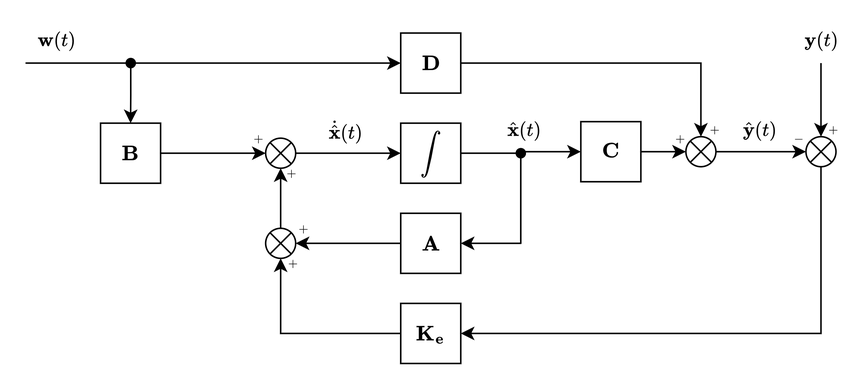
The draw.io diagram images/general_observer_diagram.png in souzathg/modal-structural-health-monitoring, before a commit. Source tidied: cells renumbered, new cells last; positions are measured from the earlier drawing's top-left corner, leaving out a move shared by most shapes.
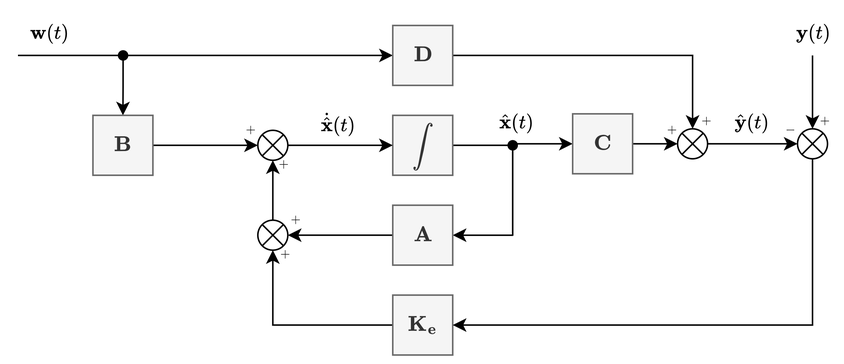
After the commit.

Commit message:
feat: add damage diagram and update general observer diagram

Diff of the diagram source:
```diff
@@ -10,13 +10,13 @@
         <mxPoint x="70.1" y="25" as="sourcePoint" />
       </mxGeometry>
     </mxCell>
-    <mxCell id="4" value="$$ \mathbf{B} $$" style="whiteSpace=wrap;html=1;" parent="1" vertex="1">
+    <mxCell id="4" value="$$ \mathbf{B} $$" style="whiteSpace=wrap;html=1;fillColor=#f5f5f5;fontColor=#333333;strokeColor=#666666;" parent="1" vertex="1">
       <mxGeometry x="50" y="65" width="40" height="40" as="geometry" />
     </mxCell>
     <mxCell id="5" style="edgeStyle=orthogonalEdgeStyle;rounded=0;jettySize=auto;html=1;entryX=0;entryY=0.5;entryDx=0;entryDy=0;" parent="1" edge="1" source="6" target="12">
       <mxGeometry relative="1" as="geometry" />
     </mxCell>
-    <mxCell id="6" value="$$ \int $$" style="whiteSpace=wrap;html=1;" parent="1" vertex="1">
+    <mxCell id="6" value="$$ \int $$" style="whiteSpace=wrap;html=1;fillColor=#f5f5f5;fontColor=#333333;strokeColor=#666666;" parent="1" vertex="1">
       <mxGeometry x="250" y="65" width="40" height="40" as="geometry" />
     </mxCell>
     <mxCell id="7" style="edgeStyle=orthogonalEdgeStyle;rounded=0;jettySize=auto;html=1;entryX=0;entryY=0.5;entryDx=0;entryDy=0;" parent="1" edge="1" source="8" target="6">
@@ -34,7 +34,7 @@
     <mxCell id="11" style="edgeStyle=orthogonalEdgeStyle;rounded=0;jettySize=auto;html=1;entryX=0;entryY=0.5;entryDx=0;entryDy=0;" parent="1" edge="1" source="12" target="29">
       <mxGeometry relative="1" as="geometry" />
     </mxCell>
-    <mxCell id="12" value="$$ \mathbf{C} $$" style="whiteSpace=wrap;html=1;" parent="1" vertex="1">
+    <mxCell id="12" value="$$ \mathbf{C} $$" style="whiteSpace=wrap;html=1;fillColor=#f5f5f5;fontColor=#333333;strokeColor=#666666;" parent="1" vertex="1">
       <mxGeometry x="370" y="64" width="40" height="40" as="geometry" />
     </mxCell>
     <mxCell id="13" value="&lt;span style=&quot;font-size: 11px; text-wrap-mode: nowrap; background-color: rgb(255, 255, 255);&quot;&gt;$$ \hat{\mathbf{x}}(t) $$&lt;/span&gt;" style="text;html=1;whiteSpace=wrap;strokeColor=none;fillColor=none;align=center;verticalAlign=middle;rounded=0;" parent="1" vertex="1">
@@ -51,13 +51,13 @@
         </Array>
       </mxGeometry>
     </mxCell>
-    <mxCell id="16" value="$$ \mathbf{A} $$" style="whiteSpace=wrap;html=1;" parent="1" vertex="1">
+    <mxCell id="16" value="$$ \mathbf{A} $$" style="whiteSpace=wrap;html=1;fillColor=#f5f5f5;fontColor=#333333;strokeColor=#666666;" parent="1" vertex="1">
       <mxGeometry x="250" y="125" width="40" height="40" as="geometry" />
     </mxCell>
     <mxCell id="17" style="edgeStyle=orthogonalEdgeStyle;rounded=0;jettySize=auto;html=1;entryX=0.5;entryY=1;entryDx=0;entryDy=0;" parent="1" edge="1" source="18" target="20">
       <mxGeometry relative="1" as="geometry" />
     </mxCell>
-    <mxCell id="18" value="$$ \mathbf{K_e} $$" style="whiteSpace=wrap;html=1;" parent="1" vertex="1">
+    <mxCell id="18" value="$$ \mathbf{K_e} $$" style="whiteSpace=wrap;html=1;fillColor=#f5f5f5;fontColor=#333333;strokeColor=#666666;" parent="1" vertex="1">
       <mxGeometry x="250" y="185" width="40" height="40" as="geometry" />
     </mxCell>
     <mxCell id="19" style="edgeStyle=orthogonalEdgeStyle;rounded=0;jettySize=auto;html=1;entryX=0.5;entryY=1;entryDx=0;entryDy=0;" parent="1" edge="1" source="20" target="8">
@@ -83,7 +83,7 @@
     <mxCell id="25" style="edgeStyle=orthogonalEdgeStyle;rounded=0;jettySize=auto;html=1;exitX=1;exitY=0.5;exitDx=0;exitDy=0;entryX=0.5;entryY=0;entryDx=0;entryDy=0;" parent="1" edge="1" source="26" target="29">
       <mxGeometry relative="1" as="geometry" />
     </mxCell>
-    <mxCell id="26" value="$$ \mathbf{D} $$" style="whiteSpace=wrap;html=1;" parent="1" vertex="1">
+    <mxCell id="26" value="$$ \mathbf{D} $$" style="whiteSpace=wrap;html=1;fillColor=#f5f5f5;fontColor=#333333;strokeColor=#666666;" parent="1" vertex="1">
       <mxGeometry x="250" y="5" width="40" height="40" as="geometry" />
     </mxCell>
     <mxCell id="27" value="&lt;span style=&quot;font-size: 11px; text-wrap-mode: nowrap; background-color: rgb(255, 255, 255);&quot;&gt;$$ \mathbf{w}(t) $$&lt;/span&gt;" style="text;html=1;whiteSpace=wrap;strokeColor=none;fillColor=none;align=center;verticalAlign=middle;rounded=0;" parent="1" vertex="1">
```
